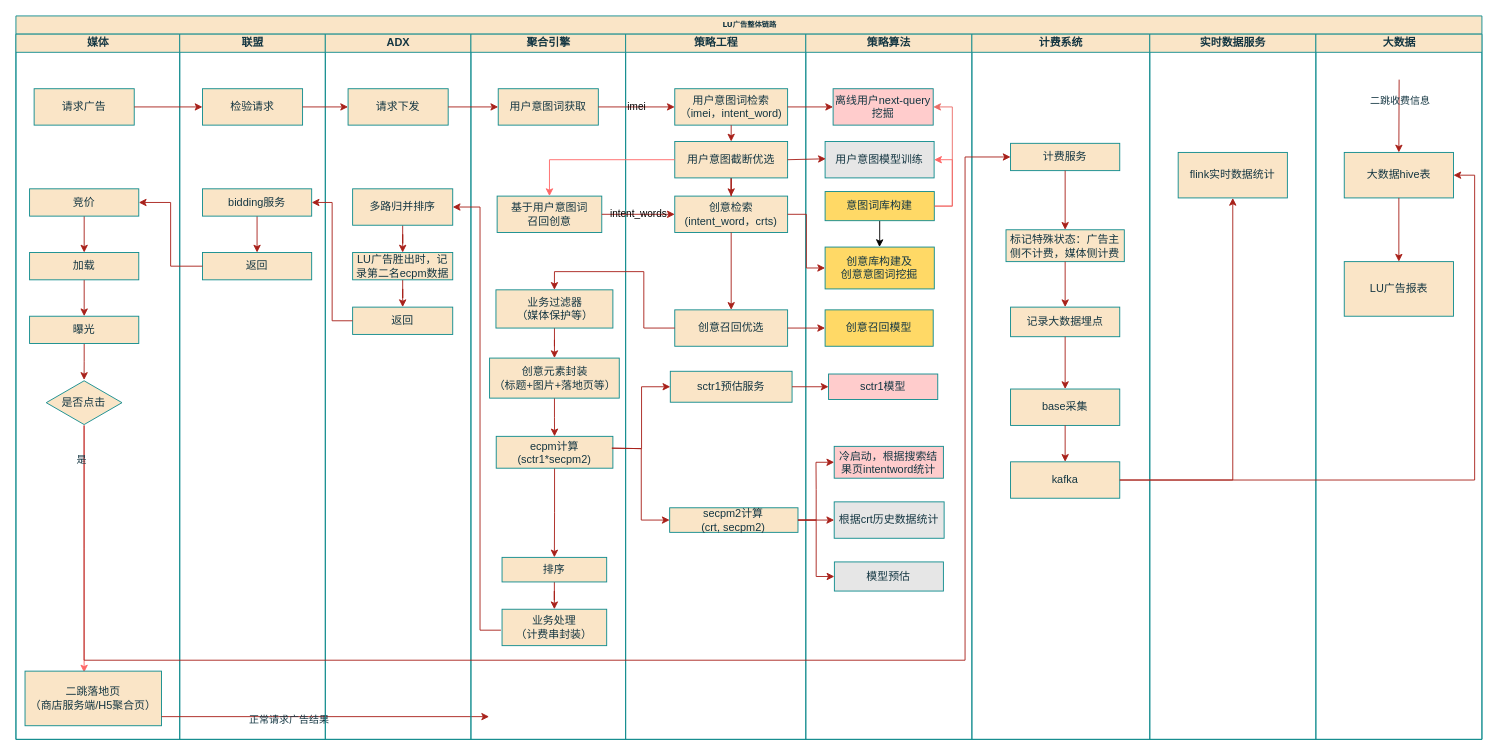
Earlier version of the draw.io diagram 未命名绘图.drawio (sszhaoGit/colab_test). Source tidied: cells renumbered, new cells numbered last; positions are measured from the earlier drawing's top-left corner, leaving out a move shared by most shapes. Both pictures are drawn from the tidied source at 91%, with x=0, y=0 at pixel (15, 15).
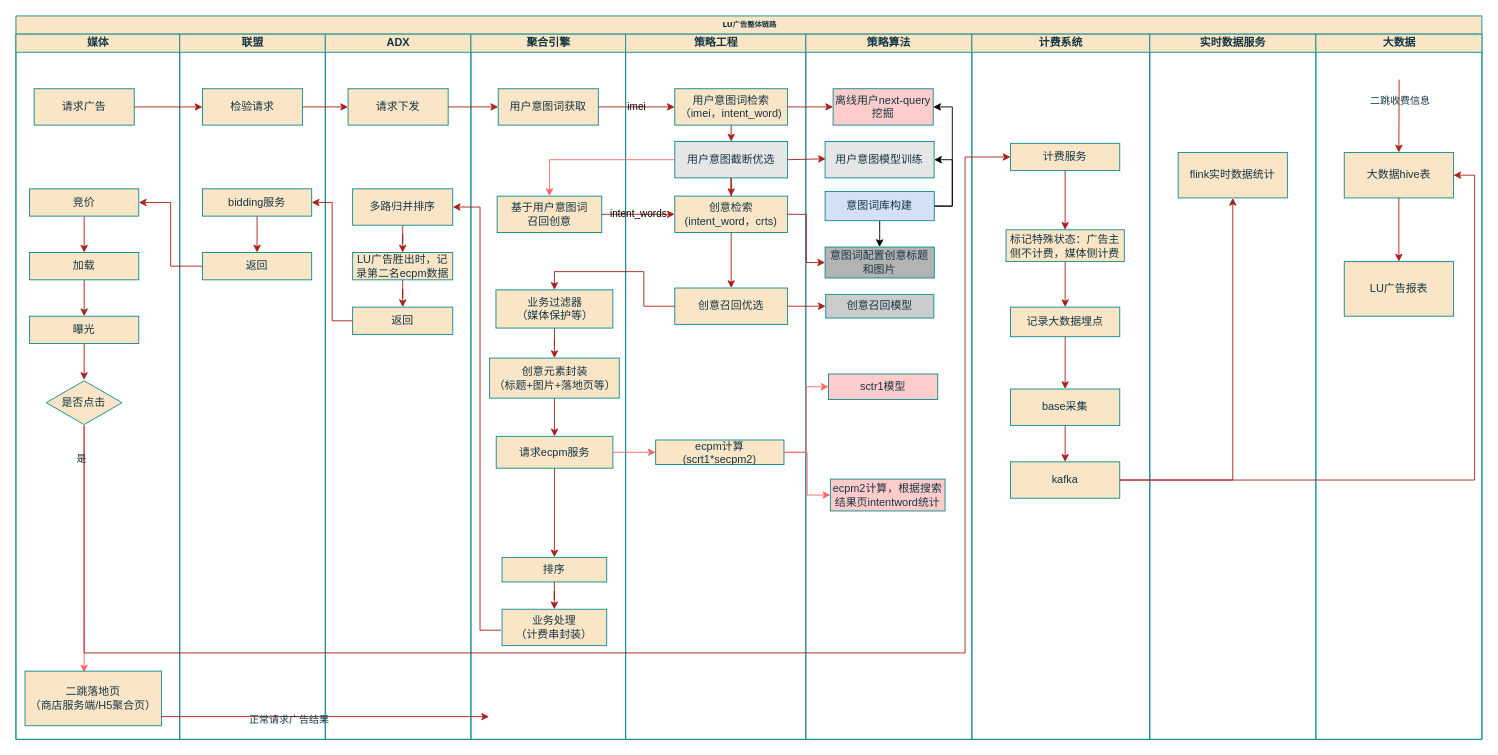
Above is the later version.

The change refers to these unchanged cells:
```xml
<mxCell id="2" value="LU广告整体链路" style="swimlane;html=1;startSize=20;rounded=0;shadow=0;labelBackgroundColor=none;strokeWidth=1;fontFamily=Verdana;fontSize=8;align=center;fillStyle=auto;swimlaneFillColor=default;fillColor=#FAE5C7;strokeColor=#0F8B8D;fontColor=#143642;" parent="1" vertex="1">
  <mxGeometry width="1611" height="795" as="geometry" />
</mxCell>
<mxCell id="12" value="是否点击" style="html=1;whiteSpace=wrap;shape=isoRectangle;fillColor=#FAE5C7;strokeColor=#0F8B8D;fontColor=#143642;labelBackgroundColor=none;" parent="3" vertex="1">
  <mxGeometry x="33.3" y="380" width="83.3" height="50" as="geometry" />
</mxCell>
<mxCell id="28" value="聚合引擎" style="swimlane;html=1;startSize=20;fillColor=#FAE5C7;strokeColor=#0F8B8D;fontColor=#143642;labelBackgroundColor=none;" parent="2" vertex="1">
  <mxGeometry x="500" y="20" width="170" height="775" as="geometry" />
</mxCell>
<mxCell id="41" value="策略工程" style="swimlane;html=1;startSize=20;fillColor=#FAE5C7;strokeColor=#0F8B8D;fontColor=#143642;labelBackgroundColor=none;" parent="2" vertex="1">
  <mxGeometry x="670" y="20" width="198" height="775" as="geometry" />
</mxCell>
<mxCell id="51" value="策略算法" style="swimlane;html=1;startSize=20;fillColor=#FAE5C7;strokeColor=#0F8B8D;fontColor=#143642;labelBackgroundColor=none;" parent="2" vertex="1">
  <mxGeometry x="868" y="20" width="182.5" height="775" as="geometry" />
</mxCell>
<mxCell id="52" value="离线用户next-query挖掘" style="rounded=0;whiteSpace=wrap;html=1;fillColor=#FFCCCC;strokeColor=#0F8B8D;fontColor=#143642;labelBackgroundColor=none;" parent="51" vertex="1">
  <mxGeometry x="30" y="60" width="110" height="40" as="geometry" />
</mxCell>
<mxCell id="53" value="用户意图模型训练" style="whiteSpace=wrap;html=1;rounded=0;fillColor=#E6E6E6;strokeColor=#0F8B8D;fontColor=#143642;labelBackgroundColor=none;" parent="51" vertex="1">
  <mxGeometry x="21.2" y="118" width="119.8" height="40" as="geometry" />
</mxCell>
<mxCell id="57" value="sctr1模型" style="whiteSpace=wrap;html=1;rounded=0;fillColor=#FFCCCC;strokeColor=#0F8B8D;fontColor=#143642;labelBackgroundColor=none;" parent="51" vertex="1">
  <mxGeometry x="25" y="373.5" width="120" height="28" as="geometry" />
</mxCell>
<mxCell id="67" value="计费服务" style="whiteSpace=wrap;html=1;rounded=0;fillColor=#FAE5C7;strokeColor=#0F8B8D;fontColor=#143642;labelBackgroundColor=none;" parent="66" vertex="1">
  <mxGeometry x="42.5" y="120" width="120" height="30" as="geometry" />
</mxCell>
```

The edit, as a diff of the source:
```diff
@@
-    <mxCell id="32" value="ecpm计算&lt;br&gt;(sctr1*secpm2)" style="whiteSpace=wrap;html=1;rounded=0;fillColor=#FAE5C7;strokeColor=#0F8B8D;fontColor=#143642;labelBackgroundColor=none;" parent="28" vertex="1">
+    <mxCell id="32" value="请求ecpm服务" style="whiteSpace=wrap;html=1;rounded=0;fillColor=#FAE5C7;strokeColor=#0F8B8D;fontColor=#143642;labelBackgroundColor=none;" parent="28" vertex="1">
       <mxGeometry x="27.8" y="442" width="128.2" height="35" as="geometry" />
     </mxCell>
@@
-    <mxCell id="45" value="用户意图截断优选" style="whiteSpace=wrap;html=1;rounded=0;fillColor=#FAE5C7;strokeColor=#0F8B8D;fontColor=#143642;labelBackgroundColor=none;" parent="41" vertex="1">
+    <mxCell id="45" value="用户意图截断优选" style="whiteSpace=wrap;html=1;rounded=0;fillColor=#E6E6E6;strokeColor=#0F8B8D;fontColor=#143642;labelBackgroundColor=none;" parent="41" vertex="1">
       <mxGeometry x="54" y="118" width="124" height="40" as="geometry" />
     </mxCell>
     <mxCell id="46" value="创意召回优选" style="whiteSpace=wrap;html=1;rounded=0;fillColor=#FAE5C7;strokeColor=#0F8B8D;fontColor=#143642;labelBackgroundColor=none;" parent="41" vertex="1">
-      <mxGeometry x="54" y="303" width="124" height="40" as="geometry" />
+      <mxGeometry x="54" y="279" width="124" height="40" as="geometry" />
     </mxCell>
-    <mxCell id="47" value="sctr1预估服务" style="whiteSpace=wrap;html=1;rounded=0;fillColor=#FAE5C7;strokeColor=#0F8B8D;fontColor=#143642;labelBackgroundColor=none;" parent="41" vertex="1">
-      <mxGeometry x="49.1" y="370.5" width="133.8" height="34" as="geometry" />
-    </mxCell>
@@
-    <mxCell id="50" value="secpm2计算&lt;br&gt;(crt, secpm2)" style="whiteSpace=wrap;html=1;rounded=0;fillColor=#FAE5C7;strokeColor=#0F8B8D;fontColor=#143642;labelBackgroundColor=none;" parent="41" vertex="1">
-      <mxGeometry x="48.4" y="520.5" width="141" height="27" as="geometry" />
-    </mxCell>
+    <mxCell id="107" value="ecpm计算&lt;br&gt;(scrt1*secpm2)" style="whiteSpace=wrap;html=1;rounded=0;fillColor=#FAE5C7;strokeColor=#0F8B8D;fontColor=#143642;labelBackgroundColor=none;" parent="41" vertex="1">
+      <mxGeometry x="33" y="446" width="141" height="27" as="geometry" />
+    </mxCell>
@@
-    <mxCell id="54" value="创意库构建及&lt;br&gt;创意意图词挖掘" style="whiteSpace=wrap;html=1;rounded=0;fillColor=#FFD966;strokeColor=#0F8B8D;fontColor=#143642;labelBackgroundColor=none;" parent="51" vertex="1">
-      <mxGeometry x="21.2" y="234" width="120" height="46" as="geometry" />
+    <mxCell id="54" value="意图词配置创意标题和图片" style="whiteSpace=wrap;html=1;rounded=0;fillColor=#B3B3B3;strokeColor=#0F8B8D;fontColor=#143642;labelBackgroundColor=none;" parent="51" vertex="1">
+      <mxGeometry x="21.2" y="234" width="120" height="34" as="geometry" />
     </mxCell>
-    <mxCell id="55" value="创意召回模型" style="whiteSpace=wrap;html=1;rounded=0;fillColor=#FFD966;strokeColor=#0F8B8D;fontColor=#143642;labelBackgroundColor=none;" parent="51" vertex="1">
-      <mxGeometry x="21.2" y="303" width="118.8" height="40" as="geometry" />
+    <mxCell id="55" value="创意召回模型" style="whiteSpace=wrap;html=1;rounded=0;fillColor=#CCCCCC;strokeColor=#0F8B8D;fontColor=#143642;labelBackgroundColor=none;" parent="51" vertex="1">
+      <mxGeometry x="21.9" y="286" width="118.8" height="26" as="geometry" />
     </mxCell>
@@
-    <mxCell id="59" value="冷启动，根据搜索结果页intentword统计" style="whiteSpace=wrap;html=1;rounded=0;fillColor=#FFCCCC;strokeColor=#0F8B8D;fontColor=#143642;labelBackgroundColor=none;" parent="51" vertex="1">
-      <mxGeometry x="31.2" y="453" width="120" height="35" as="geometry" />
+    <mxCell id="59" value="ecpm2计算，根据搜索结果页intentword统计" style="whiteSpace=wrap;html=1;rounded=0;fillColor=#FFCCCC;strokeColor=#0F8B8D;fontColor=#143642;labelBackgroundColor=none;" parent="51" vertex="1">
+      <mxGeometry x="27" y="489" width="126" height="35" as="geometry" />
     </mxCell>
-    <mxCell id="60" value="根据crt历史数据统计" style="whiteSpace=wrap;html=1;rounded=0;fillColor=#E6E6E6;strokeColor=#0F8B8D;fontColor=#143642;labelBackgroundColor=none;" parent="51" vertex="1">
-      <mxGeometry x="31.2" y="514" width="120.8" height="40" as="geometry" />
-    </mxCell>
-    <mxCell id="61" value="模型预估" style="whiteSpace=wrap;html=1;rounded=0;fillColor=#E6E6E6;strokeColor=#0F8B8D;fontColor=#143642;labelBackgroundColor=none;" parent="51" vertex="1">
-      <mxGeometry x="31.4" y="580" width="119.8" height="32" as="geometry" />
-    </mxCell>
-    <mxCell id="62" style="edgeStyle=orthogonalEdgeStyle;rounded=0;jettySize=auto;html=1;" parent="51" edge="1" source="64">
+    <mxCell id="62" style="edgeStyle=orthogonalEdgeStyle;rounded=0;jettySize=auto;html=1;strokeColor=#000000;" parent="51" edge="1" source="64">
       <mxGeometry relative="1" as="geometry">
         <mxPoint x="81" y="234" as="targetPoint" />
       </mxGeometry>
     </mxCell>
-    <mxCell id="63" style="edgeStyle=orthogonalEdgeStyle;rounded=0;jettySize=auto;html=1;entryX=1;entryY=0.5;entryDx=0;entryDy=0;strokeColor=#FF6666;" parent="51" edge="1" source="64" target="53">
+    <mxCell id="63" style="edgeStyle=orthogonalEdgeStyle;rounded=0;jettySize=auto;html=1;entryX=1;entryY=0.5;entryDx=0;entryDy=0;strokeColor=#000000;" parent="51" edge="1" source="64" target="53">
       <mxGeometry relative="1" as="geometry">
         <Array as="points">
           <mxPoint x="161" y="189" />
           <mxPoint x="161" y="138" />
         </Array>
       </mxGeometry>
     </mxCell>
-    <mxCell id="64" value="意图词库构建" style="whiteSpace=wrap;html=1;rounded=0;fillColor=#FFD966;strokeColor=#0F8B8D;fontColor=#143642;labelBackgroundColor=none;" parent="51" vertex="1">
+    <mxCell id="64" value="意图词库构建" style="whiteSpace=wrap;html=1;rounded=0;fillColor=#D4E1F5;strokeColor=#0F8B8D;fontColor=#143642;labelBackgroundColor=none;" parent="51" vertex="1">
       <mxGeometry x="21.2" y="173" width="120" height="32" as="geometry" />
     </mxCell>
-    <mxCell id="65" style="edgeStyle=orthogonalEdgeStyle;rounded=0;jettySize=auto;html=1;entryX=1;entryY=0.5;entryDx=0;entryDy=0;strokeColor=#EA6B66;" parent="51" edge="1" source="64" target="52">
+    <mxCell id="65" style="edgeStyle=orthogonalEdgeStyle;rounded=0;jettySize=auto;html=1;entryX=1;entryY=0.5;entryDx=0;entryDy=0;strokeColor=#000000;" parent="51" edge="1" source="64" target="52">
       <mxGeometry relative="1" as="geometry">
         <Array as="points">
           <mxPoint x="161" y="189" />
           <mxPoint x="161" y="80" />
         </Array>
       </mxGeometry>
     </mxCell>
@@
-    <mxCell id="80" style="edgeStyle=orthogonalEdgeStyle;rounded=0;jettySize=auto;html=1;entryX=0;entryY=0.5;entryDx=0;entryDy=0;labelBackgroundColor=none;strokeColor=#A8201A;fontColor=default;" parent="2" edge="1" source="47" target="57">
-      <mxGeometry relative="1" as="geometry" />
-    </mxCell>
-    <mxCell id="81" style="edgeStyle=orthogonalEdgeStyle;rounded=0;jettySize=auto;html=1;entryX=0;entryY=0.5;entryDx=0;entryDy=0;labelBackgroundColor=none;strokeColor=#A8201A;fontColor=default;" parent="2" edge="1" source="50" target="59">
-      <mxGeometry relative="1" as="geometry" />
-    </mxCell>
@@
     <mxCell id="94" style="edgeStyle=orthogonalEdgeStyle;rounded=0;jettySize=auto;html=1;entryX=0;entryY=0.5;entryDx=0;entryDy=0;labelBackgroundColor=none;strokeColor=#A8201A;fontColor=default;" parent="2" edge="1" source="12" target="67">
       <mxGeometry relative="1" as="geometry">
         <Array as="points">
-          <mxPoint x="75" y="708" />
-          <mxPoint x="1043" y="708" />
+          <mxPoint x="75" y="700" />
+          <mxPoint x="1043" y="700" />
           <mxPoint x="1043" y="155" />
         </Array>
       </mxGeometry>
     </mxCell>
@@
-    <mxCell id="100" style="edgeStyle=orthogonalEdgeStyle;rounded=0;jettySize=auto;html=1;entryX=0;entryY=0.5;entryDx=0;entryDy=0;labelBackgroundColor=none;strokeColor=#A8201A;fontColor=default;" parent="2" edge="1" source="50" target="60">
-      <mxGeometry relative="1" as="geometry" />
-    </mxCell>
-    <mxCell id="101" style="edgeStyle=orthogonalEdgeStyle;rounded=0;jettySize=auto;html=1;entryX=0;entryY=0.5;entryDx=0;entryDy=0;labelBackgroundColor=none;strokeColor=#A8201A;fontColor=default;" parent="2" edge="1" source="50" target="61">
-      <mxGeometry relative="1" as="geometry" />
-    </mxCell>
-    <mxCell id="102" style="edgeStyle=orthogonalEdgeStyle;rounded=0;jettySize=auto;html=1;entryX=0;entryY=0.5;entryDx=0;entryDy=0;labelBackgroundColor=none;strokeColor=#A8201A;fontColor=default;" parent="2" edge="1" target="47">
-      <mxGeometry relative="1" as="geometry">
-        <mxPoint x="654.8" y="475" as="sourcePoint" />
-      </mxGeometry>
-    </mxCell>
-    <mxCell id="103" style="edgeStyle=orthogonalEdgeStyle;rounded=0;jettySize=auto;html=1;entryX=0;entryY=0.5;entryDx=0;entryDy=0;labelBackgroundColor=none;strokeColor=#A8201A;fontColor=default;" parent="2" edge="1" target="50">
-      <mxGeometry relative="1" as="geometry">
-        <mxPoint x="655" y="475" as="sourcePoint" />
-      </mxGeometry>
-    </mxCell>
@@
+    <mxCell id="108" style="edgeStyle=orthogonalEdgeStyle;rounded=0;jettySize=auto;html=1;entryX=0;entryY=0.5;entryDx=0;entryDy=0;strokeColor=#FF6666;" parent="2" edge="1" source="32" target="107">
+      <mxGeometry relative="1" as="geometry" />
+    </mxCell>
+    <mxCell id="109" style="edgeStyle=orthogonalEdgeStyle;rounded=0;jettySize=auto;html=1;entryX=0;entryY=0.5;entryDx=0;entryDy=0;strokeColor=#FF6666;" parent="2" edge="1" source="107" target="57">
+      <mxGeometry relative="1" as="geometry" />
+    </mxCell>
+    <mxCell id="110" style="edgeStyle=orthogonalEdgeStyle;rounded=0;jettySize=auto;html=1;entryX=0;entryY=0.5;entryDx=0;entryDy=0;strokeColor=#FF6666;" parent="2" edge="1" source="107" target="59">
+      <mxGeometry relative="1" as="geometry" />
+    </mxCell>
```
